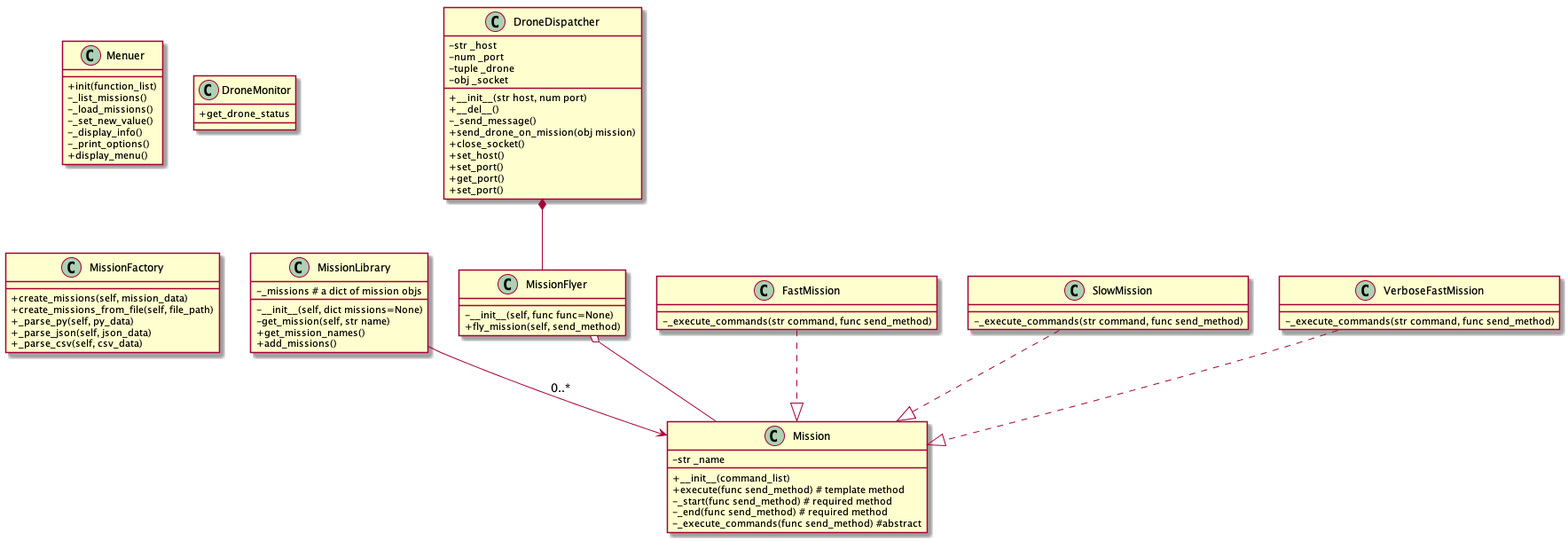
garryjable/TelloDroneMk2 keeps this PlantUML diagram as classDiagrams.png. Above is the earlier version.
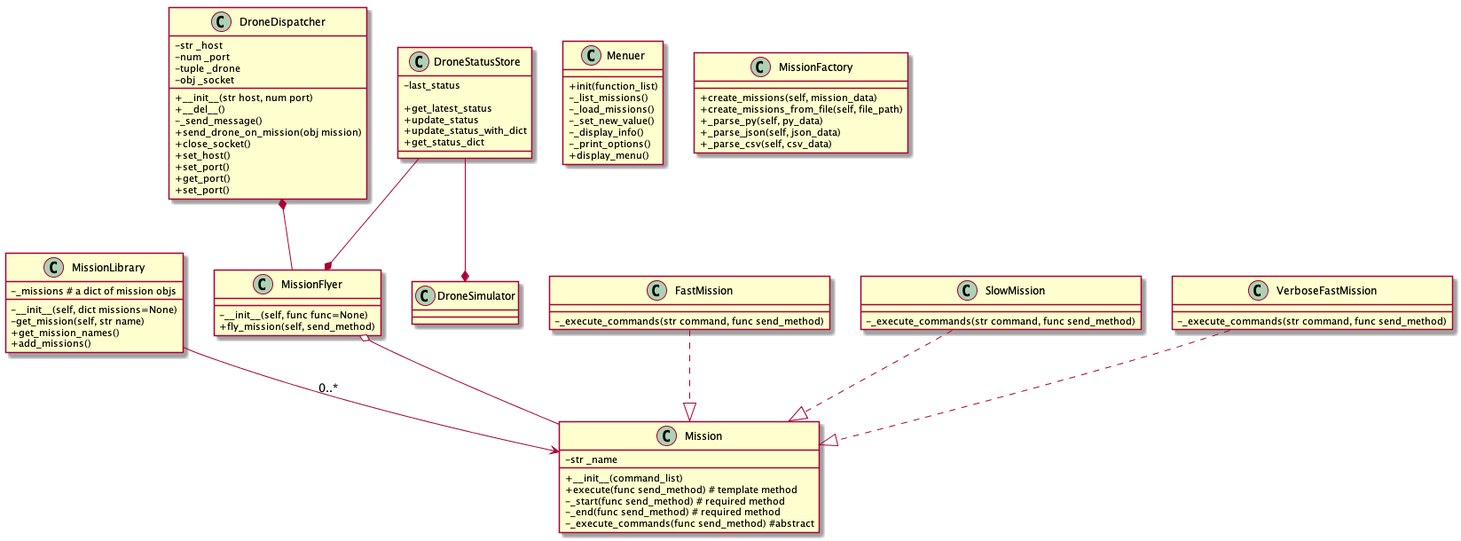
Later version of the same file.

Commit message:
make class drone status store, a store of the drones status, add accompanying test and uml

Diff of the diagram source:
```diff
@@ -5,6 +5,8 @@
 MissionLibrary --> Mission : 0..*
 DroneDispatcher *-- MissionFlyer
 MissionFlyer o-- Mission
+DroneStatusStore --* MissionFlyer
+DroneStatusStore --* DroneSimulator
 FastMission ..|> Mission
 SlowMission ..|> Mission
 VerboseFastMission ..|> Mission
@@ -35,9 +37,14 @@
     +set_port()
 }
 
-class DroneMonitor {
+class DroneStatusStore {
+    -last_status
 
-    +get_drone_status
+    +get_latest_status
+    +update_status
+    +update_status_with_dict
+    +get_status_dict
+
 }
 
 class MissionFlyer {
```
